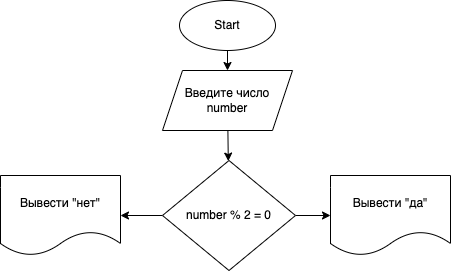
Above: TourC#/ex006/ex006.drawio.png in retedominus/TourC (draw.io), before the change. Source tidied: cells renumbered, new cells last; positions are measured from the earlier drawing's top-left corner, leaving out a move shared by most shapes.
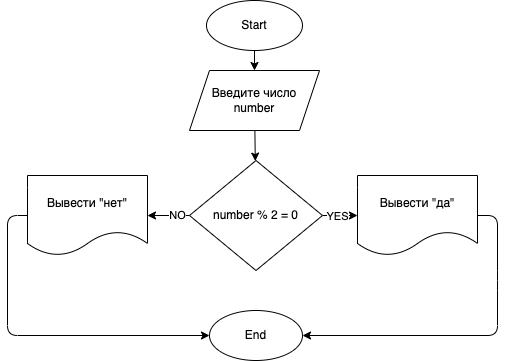
Above is the later version.

Commit message:
Even number program edit

Change to the diagram source:
```diff
@@ -17,17 +17,43 @@
     <mxCell id="6" style="edgeStyle=none;html=1;" parent="1" edge="1" source="8" target="9">
       <mxGeometry relative="1" as="geometry" />
     </mxCell>
+    <mxCell id="11" value="YES" style="edgeLabel;html=1;align=center;verticalAlign=middle;" parent="6" vertex="1">
+      <mxGeometry x="-0.22" relative="1" as="geometry" />
+    </mxCell>
     <mxCell id="7" style="edgeStyle=none;html=1;" parent="1" edge="1" source="8" target="10">
       <mxGeometry relative="1" as="geometry" />
     </mxCell>
+    <mxCell id="12" value="NO" style="edgeLabel;html=1;align=center;verticalAlign=middle;" parent="7" vertex="1">
+      <mxGeometry x="-0.37" y="-1" relative="1" as="geometry" />
+    </mxCell>
     <mxCell id="8" value="number % 2 = 0" style="rhombus;whiteSpace=wrap;html=1;sketch=0;" parent="1" vertex="1">
       <mxGeometry x="162" y="160" width="133" height="110" as="geometry" />
     </mxCell>
+    <mxCell id="13" style="edgeStyle=none;html=1;exitX=1;exitY=0.5;exitDx=0;exitDy=0;entryX=1;entryY=0.5;entryDx=0;entryDy=0;" parent="1" edge="1" source="9" target="15">
+      <mxGeometry relative="1" as="geometry">
+        <Array as="points">
+          <mxPoint x="470" y="215" />
+          <mxPoint x="470" y="280" />
+          <mxPoint x="470" y="335" />
+        </Array>
+      </mxGeometry>
+    </mxCell>
     <mxCell id="9" value="Вывести &quot;да&quot;" style="shape=document;whiteSpace=wrap;html=1;boundedLbl=1;sketch=0;" parent="1" vertex="1">
       <mxGeometry x="330" y="175" width="120" height="80" as="geometry" />
     </mxCell>
+    <mxCell id="14" style="edgeStyle=none;html=1;exitX=0;exitY=0.5;exitDx=0;exitDy=0;entryX=0;entryY=0.5;entryDx=0;entryDy=0;" parent="1" edge="1" source="10" target="15">
+      <mxGeometry relative="1" as="geometry">
+        <Array as="points">
+          <mxPoint x="-20" y="215" />
+          <mxPoint x="-20" y="335" />
+        </Array>
+      </mxGeometry>
+    </mxCell>
     <mxCell id="10" value="Вывести &quot;нет&quot;" style="shape=document;whiteSpace=wrap;html=1;boundedLbl=1;sketch=0;" parent="1" vertex="1">
       <mxGeometry y="175" width="120" height="80" as="geometry" />
     </mxCell>
+    <mxCell id="15" value="End" style="ellipse;whiteSpace=wrap;html=1;" parent="1" vertex="1">
+      <mxGeometry x="182" y="310" width="93" height="50" as="geometry" />
+    </mxCell>
   </root>
 </mxGraphModel>
```
